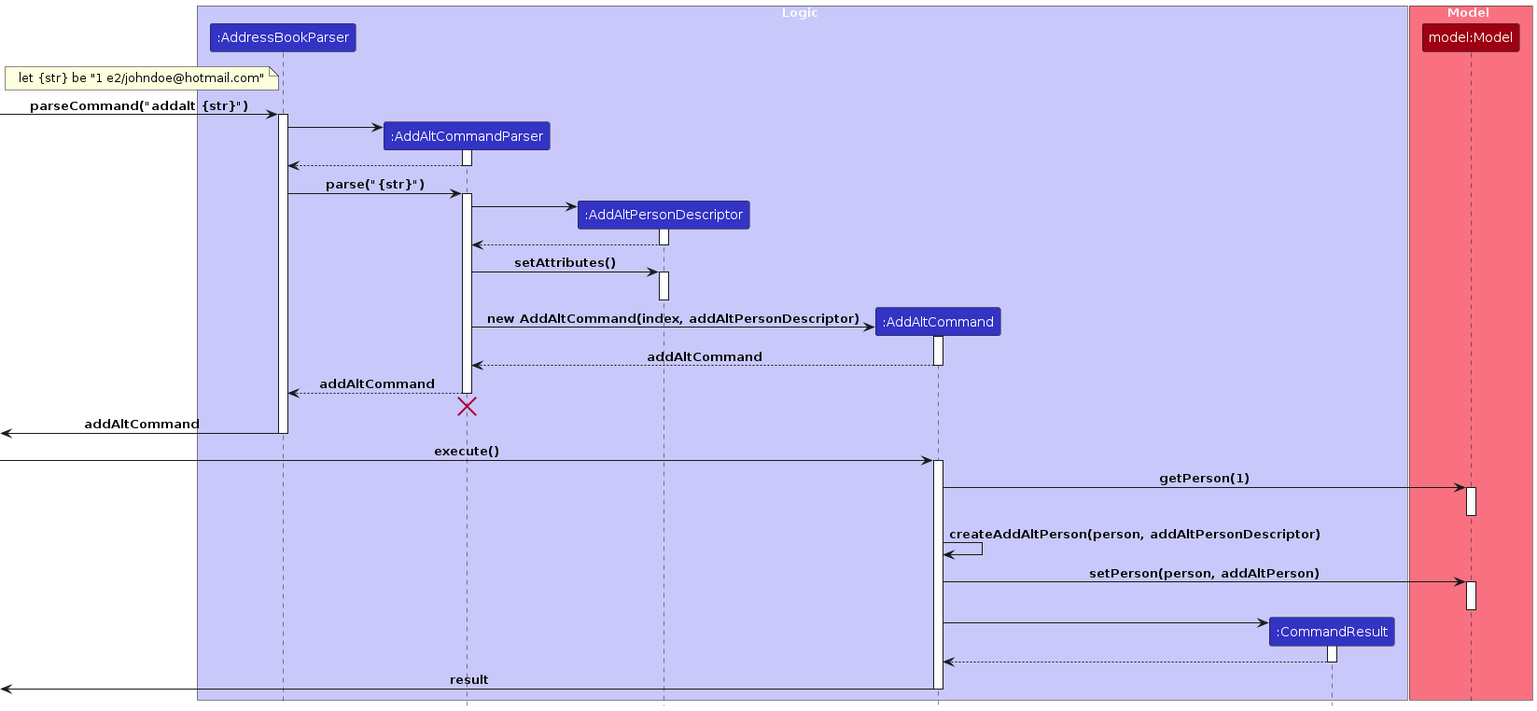
Before: diagrams/AddAltSequenceDiagram.png, a diagram exported from PlantUML (kokrui/tp). Its source is kept beside it as diagrams/AddAltSequenceDiagram.puml.
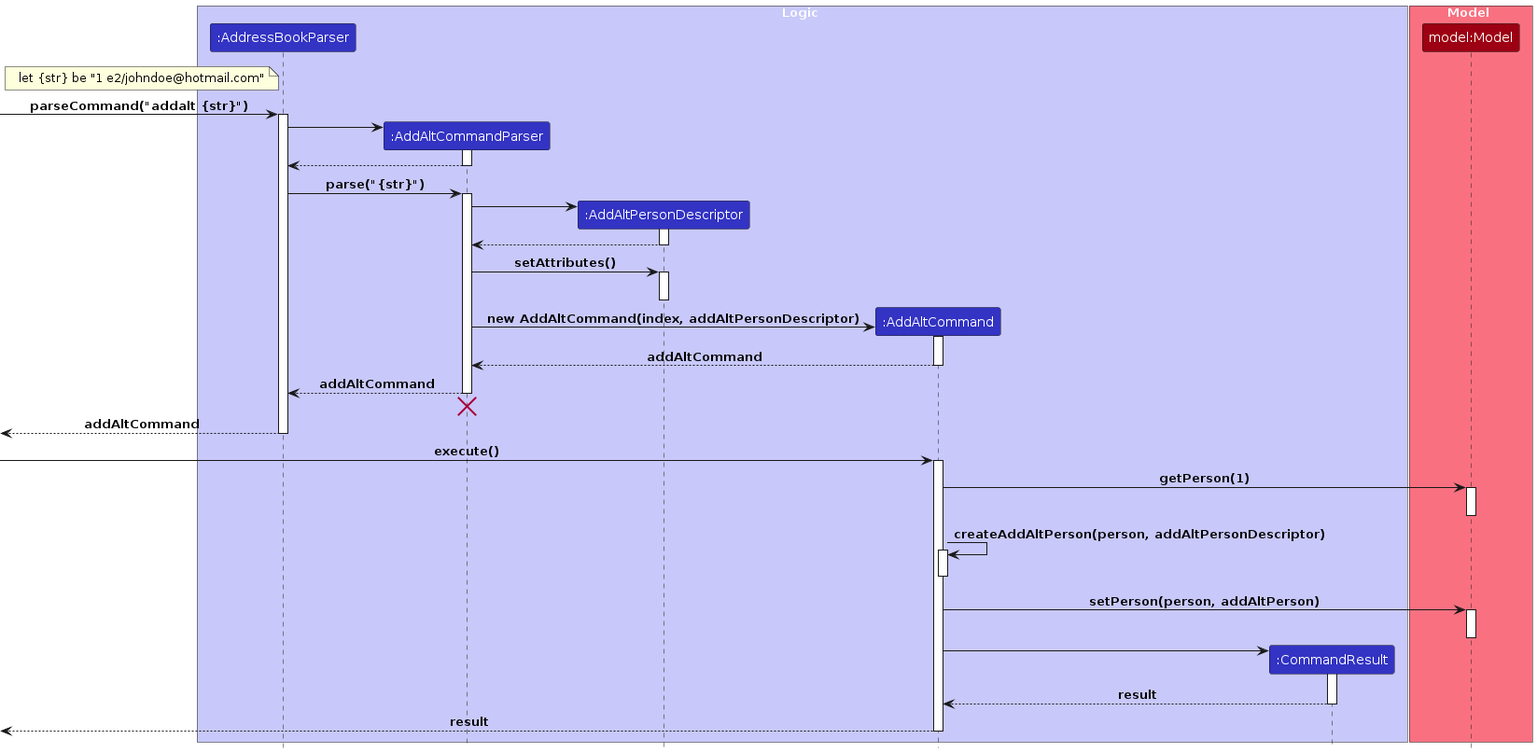
After the change.

Diff of the diagram source:
```diff
@@ -52,7 +52,7 @@
 AddAltCommandParser -[hidden]->
 destroy AddAltCommandParser
 
-[<- AddressBookParser : addAltCommand
+[<-- AddressBookParser : addAltCommand
 deactivate AddressBookParser
 
 [-> AddAltCommand : execute()
@@ -63,6 +63,8 @@
 deactivate Model
 
 AddAltCommand -> AddAltCommand : createAddAltPerson(person, addAltPersonDescriptor)
+activate AddAltCommand
+deactivate AddAltCommand
 
 AddAltCommand -> Model : setPerson(person, addAltPerson)
 activate Model
@@ -72,10 +74,10 @@
 AddAltCommand -> CommandResult
 activate CommandResult
 
-CommandResult --> AddAltCommand
+CommandResult --> AddAltCommand : result
 deactivate CommandResult
 
-[<- AddAltCommand : result
+[<-- AddAltCommand : result
 deactivate AddAltCommand
 
 
```
